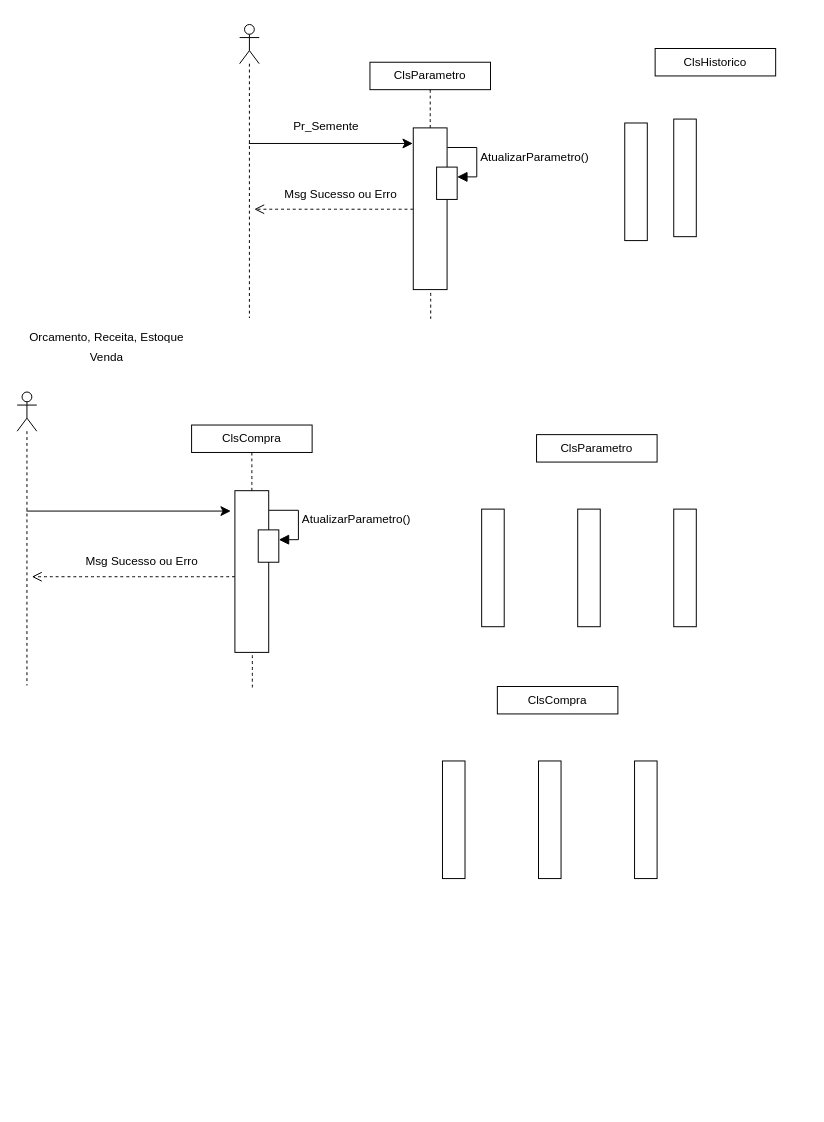
The draw.io diagram page "Página-6" (6 of 6) of Tarefa1.drawio in ZardsMK/Trabahlo-DrawIO, before the edit. Source tidied: cells renumbered, new cells numbered last; positions are measured from the earlier drawing's top-left corner, leaving out a move shared by most shapes. Both pictures are drawn from the tidied source at 98%, with x=0, y=0 at pixel (17, 24).
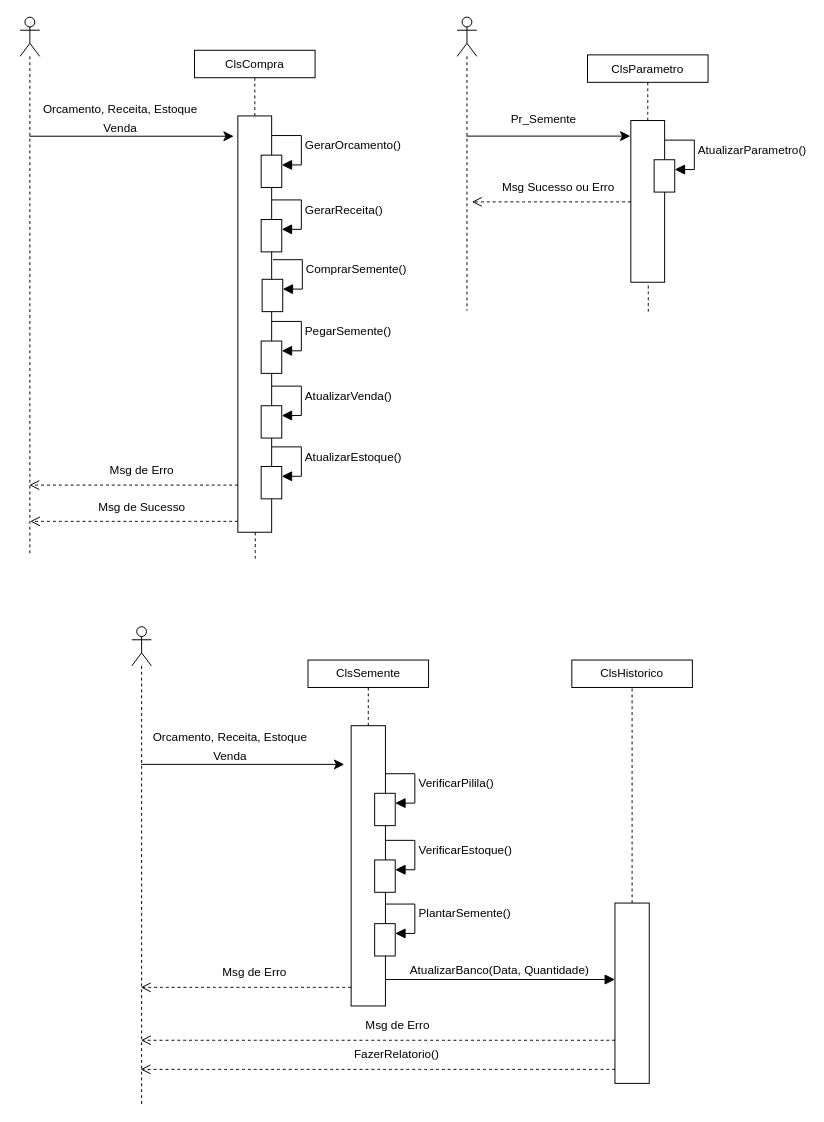
Above is the later version.

Diff of the diagram source:
```diff
@@
     <mxCell id="2" value="ClsParametro" style="html=1;whiteSpace=wrap;" parent="1" vertex="1">
-      <mxGeometry x="360" y="39" width="123" height="28" as="geometry" />
+      <mxGeometry x="582" y="31.5" width="123" height="28" as="geometry" />
     </mxCell>
     <mxCell id="3" style="html=1;points=[[0,0,0,0,5],[0,1,0,0,-5],[1,0,0,0,5],[1,1,0,0,-5]];perimeter=orthogonalPerimeter;outlineConnect=0;targetShapes=umlLifeline;portConstraint=eastwest;newEdgeStyle={&quot;curved&quot;:0,&quot;rounded&quot;:0};" parent="1" vertex="1">
-      <mxGeometry x="404.2" y="106" width="34.5" height="165" as="geometry" />
+      <mxGeometry x="626.2" y="98.5" width="34.5" height="165" as="geometry" />
     </mxCell>
-    <mxCell id="4" style="html=1;perimeter=orthogonalPerimeter;targetShapes=umlLifeline;newEdgeStyle={&quot;curved&quot;:0,&quot;rounded&quot;:0};" parent="1" vertex="1">
-      <mxGeometry x="670" y="97" width="23" height="120" as="geometry" />
-    </mxCell>
-    <mxCell id="5" style="html=1;perimeter=orthogonalPerimeter;targetShapes=umlLifeline;newEdgeStyle={&quot;curved&quot;:0,&quot;rounded&quot;:0};" parent="1" vertex="1">
-      <mxGeometry x="620" y="101" width="23" height="120" as="geometry" />
-    </mxCell>
-    <mxCell id="6" value="ClsHistorico" style="html=1;whiteSpace=wrap;" parent="1" vertex="1">
-      <mxGeometry x="651" y="25" width="123" height="28" as="geometry" />
-    </mxCell>
-    <mxCell id="7" value="ClsCompra" style="html=1;whiteSpace=wrap;" parent="1" vertex="1">
-      <mxGeometry x="490" y="676" width="123" height="28" as="geometry" />
+    <mxCell id="7" value="ClsHistorico" style="html=1;whiteSpace=wrap;" parent="1" vertex="1">
+      <mxGeometry x="566" y="649" width="123" height="28" as="geometry" />
     </mxCell>
-    <mxCell id="8" style="html=1;perimeter=orthogonalPerimeter;targetShapes=umlLifeline;newEdgeStyle={&quot;curved&quot;:0,&quot;rounded&quot;:0};" parent="1" vertex="1">
-      <mxGeometry x="434" y="752" width="23" height="120" as="geometry" />
-    </mxCell>
-    <mxCell id="9" style="html=1;perimeter=orthogonalPerimeter;targetShapes=umlLifeline;newEdgeStyle={&quot;curved&quot;:0,&quot;rounded&quot;:0};" parent="1" vertex="1">
-      <mxGeometry x="532" y="752" width="23" height="120" as="geometry" />
-    </mxCell>
-    <mxCell id="10" style="html=1;perimeter=orthogonalPerimeter;targetShapes=umlLifeline;newEdgeStyle={&quot;curved&quot;:0,&quot;rounded&quot;:0};" parent="1" vertex="1">
-      <mxGeometry x="630" y="752" width="23" height="120" as="geometry" />
-    </mxCell>
-    <mxCell id="11" value="ClsParametro" style="html=1;whiteSpace=wrap;" parent="1" vertex="1">
-      <mxGeometry x="530" y="419" width="123" height="28" as="geometry" />
+    <mxCell id="11" value="ClsSemente" style="html=1;whiteSpace=wrap;" parent="1" vertex="1">
+      <mxGeometry x="296.8" y="649" width="123" height="28" as="geometry" />
     </mxCell>
-    <mxCell id="12" style="html=1;perimeter=orthogonalPerimeter;targetShapes=umlLifeline;newEdgeStyle={&quot;curved&quot;:0,&quot;rounded&quot;:0};" parent="1" vertex="1">
-      <mxGeometry x="474" y="495" width="23" height="120" as="geometry" />
-    </mxCell>
     <mxCell id="13" style="html=1;points=[[0,0,0,0,5],[0,1,0,0,-5],[1,0,0,0,5],[1,1,0,0,-5]];perimeter=orthogonalPerimeter;outlineConnect=0;targetShapes=umlLifeline;portConstraint=eastwest;newEdgeStyle={&quot;curved&quot;:0,&quot;rounded&quot;:0};" parent="1" vertex="1">
-      <mxGeometry x="572" y="495" width="23" height="120" as="geometry" />
+      <mxGeometry x="340.8" y="716" width="35" height="286" as="geometry" />
     </mxCell>
-    <mxCell id="14" style="html=1;perimeter=orthogonalPerimeter;targetShapes=umlLifeline;newEdgeStyle={&quot;curved&quot;:0,&quot;rounded&quot;:0};" parent="1" vertex="1">
-      <mxGeometry x="670" y="495" width="23" height="120" as="geometry" />
-    </mxCell>
     <mxCell id="15" style="edgeStyle=none;curved=0;rounded=0;jettySize=auto;html=1;fontSize=12;startSize=8;endSize=8;" parent="1" edge="1" source="16">
       <mxGeometry relative="1" as="geometry">
-        <mxPoint x="403.7" y="121.9" as="targetPoint" />
+        <mxPoint x="625.7" y="114.4" as="targetPoint" />
       </mxGeometry>
     </mxCell>
     <mxCell id="16" style="shape=umlLifeline;perimeter=lifelinePerimeter;whiteSpace=wrap;html=1;outlineConnect=0;portConstraint=eastwest;newEdgeStyle={&quot;curved&quot;:0,&quot;rounded&quot;:0};participant=umlActor;" parent="1" vertex="1">
-      <mxGeometry x="227" y="0.5" width="20" height="299.5" as="geometry" />
+      <mxGeometry x="449" y="-7" width="20" height="299.5" as="geometry" />
     </mxCell>
     <mxCell id="17" style="html=1;points=[[0,0,0,0,5],[0,1,0,0,-5],[1,0,0,0,5],[1,1,0,0,-5]];perimeter=orthogonalPerimeter;outlineConnect=0;targetShapes=umlLifeline;portConstraint=eastwest;newEdgeStyle={&quot;curved&quot;:0,&quot;rounded&quot;:0};" parent="1" vertex="1">
-      <mxGeometry x="428" y="146" width="21" height="33" as="geometry" />
+      <mxGeometry x="650" y="138.5" width="21" height="33" as="geometry" />
     </mxCell>
     <mxCell id="18" value="AtualizarParametro()" style="html=1;align=left;spacingLeft=2;endArrow=block;rounded=0;edgeStyle=orthogonalEdgeStyle;curved=0;rounded=0;fontSize=12;startSize=8;endSize=8;" parent="1" edge="1" target="17">
       <mxGeometry relative="1" as="geometry">
-        <mxPoint x="439" y="126" as="sourcePoint" />
+        <mxPoint x="661" y="118.5" as="sourcePoint" />
         <Array as="points">
-          <mxPoint x="469" y="156" />
+          <mxPoint x="691" y="148.5" />
         </Array>
       </mxGeometry>
     </mxCell>
     <mxCell id="19" value="Msg Sucesso ou Erro" style="endArrow=open;startArrow=none;endFill=0;startFill=0;endSize=8;html=1;verticalAlign=bottom;dashed=1;labelBackgroundColor=none;rounded=0;fontSize=12;curved=1;" parent="1" edge="1" source="3">
       <mxGeometry x="-0.07" y="-6" relative="1" as="geometry">
-        <mxPoint x="242" y="189" as="targetPoint" />
+        <mxPoint x="464" y="181.5" as="targetPoint" />
         <mxPoint x="1" as="offset" />
       </mxGeometry>
     </mxCell>
     <mxCell id="20" style="endArrow=none;dashed=1;html=1;rounded=0;fontSize=12;startSize=8;endSize=8;curved=1;" parent="1" edge="1" target="3">
       <mxGeometry relative="1" as="geometry">
-        <mxPoint x="422" y="301" as="sourcePoint" />
+        <mxPoint x="644" y="293.5" as="sourcePoint" />
       </mxGeometry>
     </mxCell>
@@
     <mxCell id="22" value="&lt;font style=&quot;font-size: 12px;&quot;&gt;Pr_Semente&lt;/font&gt;" style="text;html=1;align=center;verticalAlign=middle;strokeColor=none;fillColor=none;fontSize=16;" parent="1" vertex="1">
-      <mxGeometry x="272" y="87" width="85" height="31" as="geometry" />
+      <mxGeometry x="494" y="79.5" width="85" height="31" as="geometry" />
     </mxCell>
     <mxCell id="23" value="ClsCompra" style="html=1;whiteSpace=wrap;" parent="1" vertex="1">
-      <mxGeometry x="178" y="409.2" width="123" height="28" as="geometry" />
+      <mxGeometry x="181" y="26.8" width="123" height="28" as="geometry" />
     </mxCell>
     <mxCell id="24" style="html=1;points=[[0,0,0,0,5],[0,1,0,0,-5],[1,0,0,0,5],[1,1,0,0,-5]];perimeter=orthogonalPerimeter;outlineConnect=0;targetShapes=umlLifeline;portConstraint=eastwest;newEdgeStyle={&quot;curved&quot;:0,&quot;rounded&quot;:0};" parent="1" vertex="1">
-      <mxGeometry x="222.2" y="476.2" width="34.5" height="165" as="geometry" />
+      <mxGeometry x="225.2" y="93.8" width="34.5" height="424.8" as="geometry" />
     </mxCell>
     <mxCell id="25" style="edgeStyle=none;curved=0;rounded=0;jettySize=auto;html=1;fontSize=12;startSize=8;endSize=8;" parent="1" edge="1" source="26">
       <mxGeometry relative="1" as="geometry">
-        <mxPoint x="218" y="497" as="targetPoint" />
+        <mxPoint x="221" y="114.5" as="targetPoint" />
       </mxGeometry>
     </mxCell>
     <mxCell id="26" style="shape=umlLifeline;perimeter=lifelinePerimeter;whiteSpace=wrap;html=1;outlineConnect=0;portConstraint=eastwest;newEdgeStyle={&quot;curved&quot;:0,&quot;rounded&quot;:0};participant=umlActor;" parent="1" vertex="1">
-      <mxGeometry y="375.5" width="20" height="299.5" as="geometry" />
+      <mxGeometry x="3" y="-7" width="20" height="548.5" as="geometry" />
     </mxCell>
     <mxCell id="27" style="html=1;points=[[0,0,0,0,5],[0,1,0,0,-5],[1,0,0,0,5],[1,1,0,0,-5]];perimeter=orthogonalPerimeter;outlineConnect=0;targetShapes=umlLifeline;portConstraint=eastwest;newEdgeStyle={&quot;curved&quot;:0,&quot;rounded&quot;:0};" parent="1" vertex="1">
-      <mxGeometry x="246" y="516.2" width="21" height="33" as="geometry" />
+      <mxGeometry x="249" y="133.8" width="21" height="33" as="geometry" />
     </mxCell>
-    <mxCell id="28" value="AtualizarParametro()" style="html=1;align=left;spacingLeft=2;endArrow=block;rounded=0;edgeStyle=orthogonalEdgeStyle;curved=0;rounded=0;fontSize=12;startSize=8;endSize=8;" parent="1" edge="1" target="27">
+    <mxCell id="28" value="GerarOrcamento()" style="html=1;align=left;spacingLeft=2;endArrow=block;rounded=0;edgeStyle=orthogonalEdgeStyle;curved=0;rounded=0;fontSize=12;startSize=8;endSize=8;" parent="1" edge="1" target="27">
       <mxGeometry relative="1" as="geometry">
-        <mxPoint x="257" y="496.2" as="sourcePoint" />
+        <mxPoint x="260" y="113.8" as="sourcePoint" />
         <Array as="points">
-          <mxPoint x="287" y="526.2" />
+          <mxPoint x="290" y="143.8" />
         </Array>
       </mxGeometry>
     </mxCell>
-    <mxCell id="29" value="Msg Sucesso ou Erro" style="endArrow=open;startArrow=none;endFill=0;startFill=0;endSize=8;html=1;verticalAlign=bottom;dashed=1;labelBackgroundColor=none;rounded=0;fontSize=12;curved=1;" parent="1" edge="1" source="24">
-      <mxGeometry x="-0.07" y="-6" relative="1" as="geometry">
-        <mxPoint x="15" y="564" as="targetPoint" />
-        <mxPoint x="1" as="offset" />
+    <mxCell id="29" value="Msg de Erro" style="endArrow=open;startArrow=none;endFill=0;startFill=0;endSize=8;html=1;verticalAlign=bottom;dashed=1;labelBackgroundColor=none;rounded=0;fontSize=12;curved=1;" parent="1" edge="1" source="24" target="26">
+      <mxGeometry x="-0.08" y="-6" relative="1" as="geometry">
+        <Array as="points">
+          <mxPoint x="124" y="470.5" />
+        </Array>
       </mxGeometry>
     </mxCell>
-    <mxCell id="30" style="endArrow=none;dashed=1;html=1;rounded=0;fontSize=12;startSize=8;endSize=8;curved=1;" parent="1" edge="1" target="24">
-      <mxGeometry relative="1" as="geometry">
-        <mxPoint x="240" y="677" as="sourcePoint" />
-      </mxGeometry>
-    </mxCell>
@@
     <mxCell id="32" value="&lt;span style=&quot;font-size: 12px;&quot;&gt;Orcamento, Receita, Estoque&lt;/span&gt;&lt;div&gt;&lt;span style=&quot;font-size: 12px;&quot;&gt;Venda&lt;/span&gt;&lt;/div&gt;" style="text;html=1;align=center;verticalAlign=middle;strokeColor=none;fillColor=none;fontSize=16;" parent="1" vertex="1">
-      <mxGeometry x="3" y="303" width="175" height="50" as="geometry" />
+      <mxGeometry x="17" y="69.5" width="175" height="50" as="geometry" />
     </mxCell>
+    <mxCell id="33" style="html=1;points=[[0,0,0,0,5],[0,1,0,0,-5],[1,0,0,0,5],[1,1,0,0,-5]];perimeter=orthogonalPerimeter;outlineConnect=0;targetShapes=umlLifeline;portConstraint=eastwest;newEdgeStyle={&quot;curved&quot;:0,&quot;rounded&quot;:0};" parent="1" vertex="1">
+      <mxGeometry x="249" y="199.5" width="21" height="33" as="geometry" />
+    </mxCell>
+    <mxCell id="34" value="GerarReceita()" style="html=1;align=left;spacingLeft=2;endArrow=block;rounded=0;edgeStyle=orthogonalEdgeStyle;curved=0;rounded=0;fontSize=12;startSize=8;endSize=8;" parent="1" edge="1" target="33">
+      <mxGeometry relative="1" as="geometry">
+        <mxPoint x="260" y="179.5" as="sourcePoint" />
+        <Array as="points">
+          <mxPoint x="290" y="209.5" />
+        </Array>
+      </mxGeometry>
+    </mxCell>
+    <mxCell id="35" style="html=1;points=[[0,0,0,0,5],[0,1,0,0,-5],[1,0,0,0,5],[1,1,0,0,-5]];perimeter=orthogonalPerimeter;outlineConnect=0;targetShapes=umlLifeline;portConstraint=eastwest;newEdgeStyle={&quot;curved&quot;:0,&quot;rounded&quot;:0};" parent="1" vertex="1">
+      <mxGeometry x="250" y="260.5" width="21" height="33" as="geometry" />
+    </mxCell>
+    <mxCell id="36" value="ComprarSemente()" style="html=1;align=left;spacingLeft=2;endArrow=block;rounded=0;edgeStyle=orthogonalEdgeStyle;curved=0;rounded=0;fontSize=12;startSize=8;endSize=8;" parent="1" edge="1" target="35">
+      <mxGeometry relative="1" as="geometry">
+        <mxPoint x="261" y="240.5" as="sourcePoint" />
+        <Array as="points">
+          <mxPoint x="291" y="270.5" />
+        </Array>
+      </mxGeometry>
+    </mxCell>
+    <mxCell id="37" style="html=1;points=[[0,0,0,0,5],[0,1,0,0,-5],[1,0,0,0,5],[1,1,0,0,-5]];perimeter=orthogonalPerimeter;outlineConnect=0;targetShapes=umlLifeline;portConstraint=eastwest;newEdgeStyle={&quot;curved&quot;:0,&quot;rounded&quot;:0};" parent="1" vertex="1">
+      <mxGeometry x="249" y="323.5" width="21" height="33" as="geometry" />
+    </mxCell>
+    <mxCell id="38" value="PegarSemente()" style="html=1;align=left;spacingLeft=2;endArrow=block;rounded=0;edgeStyle=orthogonalEdgeStyle;curved=0;rounded=0;fontSize=12;startSize=8;endSize=8;" parent="1" edge="1" target="37">
+      <mxGeometry relative="1" as="geometry">
+        <mxPoint x="260" y="303.5" as="sourcePoint" />
+        <Array as="points">
+          <mxPoint x="290" y="333.5" />
+        </Array>
+      </mxGeometry>
+    </mxCell>
+    <mxCell id="39" style="html=1;points=[[0,0,0,0,5],[0,1,0,0,-5],[1,0,0,0,5],[1,1,0,0,-5]];perimeter=orthogonalPerimeter;outlineConnect=0;targetShapes=umlLifeline;portConstraint=eastwest;newEdgeStyle={&quot;curved&quot;:0,&quot;rounded&quot;:0};" parent="1" vertex="1">
+      <mxGeometry x="249" y="389.5" width="21" height="33" as="geometry" />
+    </mxCell>
+    <mxCell id="40" value="AtualizarVenda()" style="html=1;align=left;spacingLeft=2;endArrow=block;rounded=0;edgeStyle=orthogonalEdgeStyle;curved=0;rounded=0;fontSize=12;startSize=8;endSize=8;" parent="1" edge="1" target="39">
+      <mxGeometry relative="1" as="geometry">
+        <mxPoint x="260" y="369.5" as="sourcePoint" />
+        <Array as="points">
+          <mxPoint x="290" y="399.5" />
+        </Array>
+      </mxGeometry>
+    </mxCell>
+    <mxCell id="41" style="html=1;points=[[0,0,0,0,5],[0,1,0,0,-5],[1,0,0,0,5],[1,1,0,0,-5]];perimeter=orthogonalPerimeter;outlineConnect=0;targetShapes=umlLifeline;portConstraint=eastwest;newEdgeStyle={&quot;curved&quot;:0,&quot;rounded&quot;:0};" parent="1" vertex="1">
+      <mxGeometry x="249" y="451.5" width="21" height="33" as="geometry" />
+    </mxCell>
+    <mxCell id="42" value="AtualizarEstoque()" style="html=1;align=left;spacingLeft=2;endArrow=block;rounded=0;edgeStyle=orthogonalEdgeStyle;curved=0;rounded=0;fontSize=12;startSize=8;endSize=8;" parent="1" edge="1" target="41">
+      <mxGeometry relative="1" as="geometry">
+        <mxPoint x="260" y="431.5" as="sourcePoint" />
+        <Array as="points">
+          <mxPoint x="290" y="461.5" />
+        </Array>
+      </mxGeometry>
+    </mxCell>
+    <mxCell id="43" style="endArrow=none;dashed=1;html=1;rounded=0;fontSize=12;startSize=8;endSize=8;curved=1;" parent="1" edge="1" target="24">
+      <mxGeometry relative="1" as="geometry">
+        <mxPoint x="243" y="545.5" as="sourcePoint" />
+      </mxGeometry>
+    </mxCell>
+    <mxCell id="44" value="Msg de Sucesso" style="endArrow=open;startArrow=none;endFill=0;startFill=0;endSize=8;html=1;verticalAlign=bottom;dashed=1;labelBackgroundColor=none;rounded=0;fontSize=12;curved=1;" parent="1" edge="1">
+      <mxGeometry x="-0.08" y="-6" relative="1" as="geometry">
+        <mxPoint x="225.2" y="507.5" as="sourcePoint" />
+        <mxPoint x="13.2" y="507.5" as="targetPoint" />
+        <Array as="points">
+          <mxPoint x="124.2" y="507.5" />
+        </Array>
+      </mxGeometry>
+    </mxCell>
+    <mxCell id="45" style="edgeStyle=none;curved=0;rounded=0;jettySize=auto;html=1;fontSize=12;startSize=8;endSize=8;" parent="1" edge="1" source="46">
+      <mxGeometry relative="1" as="geometry">
+        <mxPoint x="333.8" y="755.5" as="targetPoint" />
+      </mxGeometry>
+    </mxCell>
+    <mxCell id="46" style="shape=umlLifeline;perimeter=lifelinePerimeter;whiteSpace=wrap;html=1;outlineConnect=0;portConstraint=eastwest;newEdgeStyle={&quot;curved&quot;:0,&quot;rounded&quot;:0};participant=umlActor;" parent="1" vertex="1">
+      <mxGeometry x="117" y="615" width="20" height="488" as="geometry" />
+    </mxCell>
+    <mxCell id="47" value="&lt;span style=&quot;font-size: 12px;&quot;&gt;Orcamento, Receita, Estoque&lt;/span&gt;&lt;div&gt;&lt;span style=&quot;font-size: 12px;&quot;&gt;Venda&lt;/span&gt;&lt;/div&gt;" style="text;html=1;align=center;verticalAlign=middle;strokeColor=none;fillColor=none;fontSize=16;" parent="1" vertex="1">
+      <mxGeometry x="129.8" y="710.5" width="175" height="50" as="geometry" />
+    </mxCell>
+    <mxCell id="48" style="html=1;points=[[0,0,0,0,5],[0,1,0,0,-5],[1,0,0,0,5],[1,1,0,0,-5]];perimeter=orthogonalPerimeter;outlineConnect=0;targetShapes=umlLifeline;portConstraint=eastwest;newEdgeStyle={&quot;curved&quot;:0,&quot;rounded&quot;:0};" parent="1" vertex="1">
+      <mxGeometry x="610" y="897" width="35" height="184" as="geometry" />
+    </mxCell>
+    <mxCell id="49" style="edgeStyle=none;curved=1;rounded=0;orthogonalLoop=1;jettySize=auto;html=1;exitX=0.5;exitY=0;exitDx=0;exitDy=0;fontSize=12;startSize=8;endSize=8;" parent="1" edge="1" source="7" target="7">
+      <mxGeometry relative="1" as="geometry" />
+    </mxCell>
+    <mxCell id="50" style="html=1;points=[[0,0,0,0,5],[0,1,0,0,-5],[1,0,0,0,5],[1,1,0,0,-5]];perimeter=orthogonalPerimeter;outlineConnect=0;targetShapes=umlLifeline;portConstraint=eastwest;newEdgeStyle={&quot;curved&quot;:0,&quot;rounded&quot;:0};" parent="1" vertex="1">
+      <mxGeometry x="364.8" y="785" width="21" height="33" as="geometry" />
+    </mxCell>
+    <mxCell id="51" value="VerificarPilila()" style="html=1;align=left;spacingLeft=2;endArrow=block;rounded=0;edgeStyle=orthogonalEdgeStyle;curved=0;rounded=0;fontSize=12;startSize=8;endSize=8;" parent="1" edge="1" target="50">
+      <mxGeometry relative="1" as="geometry">
+        <mxPoint x="375.8" y="765" as="sourcePoint" />
+        <Array as="points">
+          <mxPoint x="405.8" y="795" />
+        </Array>
+      </mxGeometry>
+    </mxCell>
+    <mxCell id="52" style="html=1;points=[[0,0,0,0,5],[0,1,0,0,-5],[1,0,0,0,5],[1,1,0,0,-5]];perimeter=orthogonalPerimeter;outlineConnect=0;targetShapes=umlLifeline;portConstraint=eastwest;newEdgeStyle={&quot;curved&quot;:0,&quot;rounded&quot;:0};" parent="1" vertex="1">
+      <mxGeometry x="364.8" y="853" width="21" height="33" as="geometry" />
+    </mxCell>
+    <mxCell id="53" value="VerificarEstoque()" style="html=1;align=left;spacingLeft=2;endArrow=block;rounded=0;edgeStyle=orthogonalEdgeStyle;curved=0;rounded=0;fontSize=12;startSize=8;endSize=8;" parent="1" edge="1" target="52">
+      <mxGeometry relative="1" as="geometry">
+        <mxPoint x="375.8" y="833" as="sourcePoint" />
+        <Array as="points">
+          <mxPoint x="405.8" y="863" />
+        </Array>
+      </mxGeometry>
+    </mxCell>
+    <mxCell id="54" style="html=1;points=[[0,0,0,0,5],[0,1,0,0,-5],[1,0,0,0,5],[1,1,0,0,-5]];perimeter=orthogonalPerimeter;outlineConnect=0;targetShapes=umlLifeline;portConstraint=eastwest;newEdgeStyle={&quot;curved&quot;:0,&quot;rounded&quot;:0};" parent="1" vertex="1">
+      <mxGeometry x="364.8" y="918" width="21" height="33" as="geometry" />
+    </mxCell>
+    <mxCell id="55" value="PlantarSemente()" style="html=1;align=left;spacingLeft=2;endArrow=block;rounded=0;edgeStyle=orthogonalEdgeStyle;curved=0;rounded=0;fontSize=12;startSize=8;endSize=8;" parent="1" edge="1" target="54">
+      <mxGeometry relative="1" as="geometry">
+        <mxPoint x="375.8" y="898" as="sourcePoint" />
+        <Array as="points">
+          <mxPoint x="405.8" y="928" />
+        </Array>
+      </mxGeometry>
+    </mxCell>
+    <mxCell id="56" style="endArrow=none;dashed=1;html=1;rounded=0;fontSize=12;startSize=8;endSize=8;curved=1;entryX=0.5;entryY=1;entryDx=0;entryDy=0;" parent="1" edge="1" source="13" target="11">
+      <mxGeometry relative="1" as="geometry" />
+    </mxCell>
+    <mxCell id="57" style="endArrow=none;dashed=1;html=1;rounded=0;fontSize=12;startSize=8;endSize=8;curved=1;entryX=0.5;entryY=1;entryDx=0;entryDy=0;" parent="1" edge="1" source="48" target="7">
+      <mxGeometry relative="1" as="geometry" />
+    </mxCell>
+    <mxCell id="58" value="AtualizarBanco(Data, Quantidade)" style="html=1;verticalAlign=bottom;endArrow=block;curved=0;rounded=0;fontSize=12;startSize=8;endSize=8;entryX=0;entryY=0.424;entryDx=0;entryDy=0;entryPerimeter=0;" parent="1" edge="1" source="13" target="48">
+      <mxGeometry x="-0.01" relative="1" as="geometry" />
+    </mxCell>
+    <mxCell id="59" value="Msg de Erro" style="endArrow=open;startArrow=none;endFill=0;startFill=0;endSize=8;html=1;verticalAlign=bottom;dashed=1;labelBackgroundColor=none;rounded=0;fontSize=12;curved=1;" parent="1" edge="1">
+      <mxGeometry x="-0.08" y="-6" relative="1" as="geometry">
+        <mxPoint x="610" y="1037" as="sourcePoint" />
+        <mxPoint x="126.4" y="1037" as="targetPoint" />
+        <Array as="points">
+          <mxPoint x="428" y="1037" />
+        </Array>
+      </mxGeometry>
+    </mxCell>
+    <mxCell id="60" value="FazerRelatorio()" style="endArrow=open;startArrow=none;endFill=0;startFill=0;endSize=8;html=1;verticalAlign=bottom;dashed=1;labelBackgroundColor=none;rounded=0;fontSize=12;curved=1;" parent="1" edge="1">
+      <mxGeometry x="-0.08" y="-6" relative="1" as="geometry">
+        <mxPoint x="610" y="1066.7" as="sourcePoint" />
+        <mxPoint x="126" y="1066.7" as="targetPoint" />
+        <Array as="points">
+          <mxPoint x="428" y="1066.7" />
+        </Array>
+      </mxGeometry>
+    </mxCell>
+    <mxCell id="61" value="Msg de Erro" style="endArrow=open;startArrow=none;endFill=0;startFill=0;endSize=8;html=1;verticalAlign=bottom;dashed=1;labelBackgroundColor=none;rounded=0;fontSize=12;curved=1;" parent="1" edge="1">
+      <mxGeometry x="-0.08" y="-6" relative="1" as="geometry">
+        <mxPoint x="340.8" y="983" as="sourcePoint" />
+        <mxPoint x="126.2" y="983" as="targetPoint" />
+        <Array as="points">
+          <mxPoint x="158.5" y="983" />
+        </Array>
+      </mxGeometry>
+    </mxCell>
```
